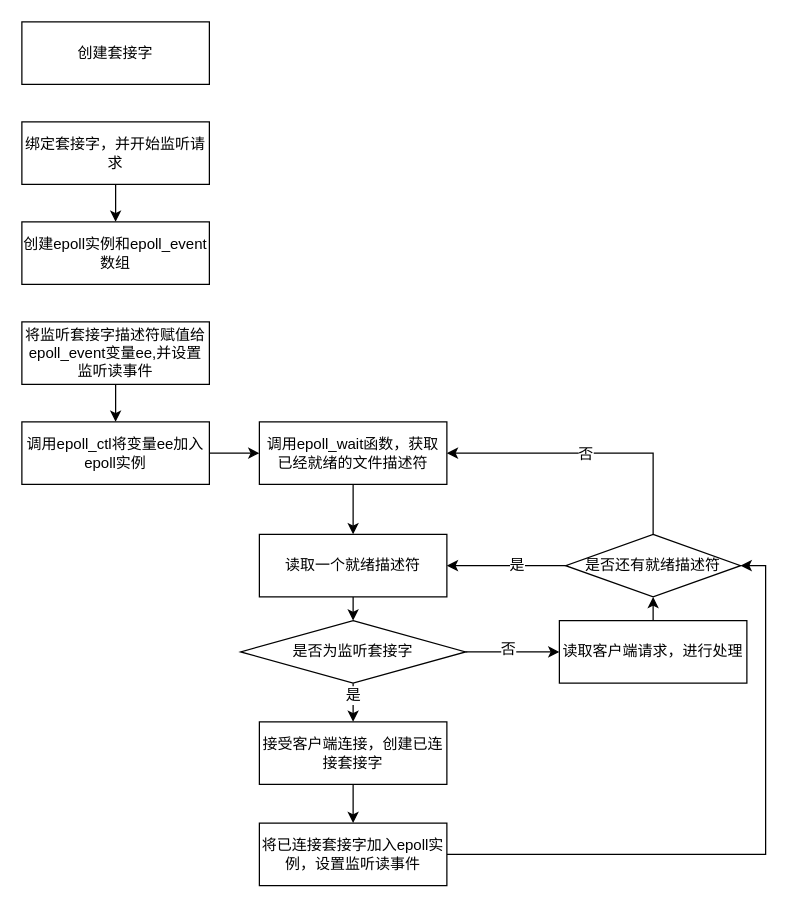
Before: note/redis源代码实战学习笔记/03事件驱动和执行模型模块/img/redis_epoll.drawio in ForeverRunner/redis-note, a draw.io diagram. Source tidied: cells renumbered, new cells numbered last; positions are measured from the earlier drawing's top-left corner, leaving out a move shared by most shapes. Both pictures are drawn from the tidied source at 125%, with x=0, y=0 at pixel (21, 21).
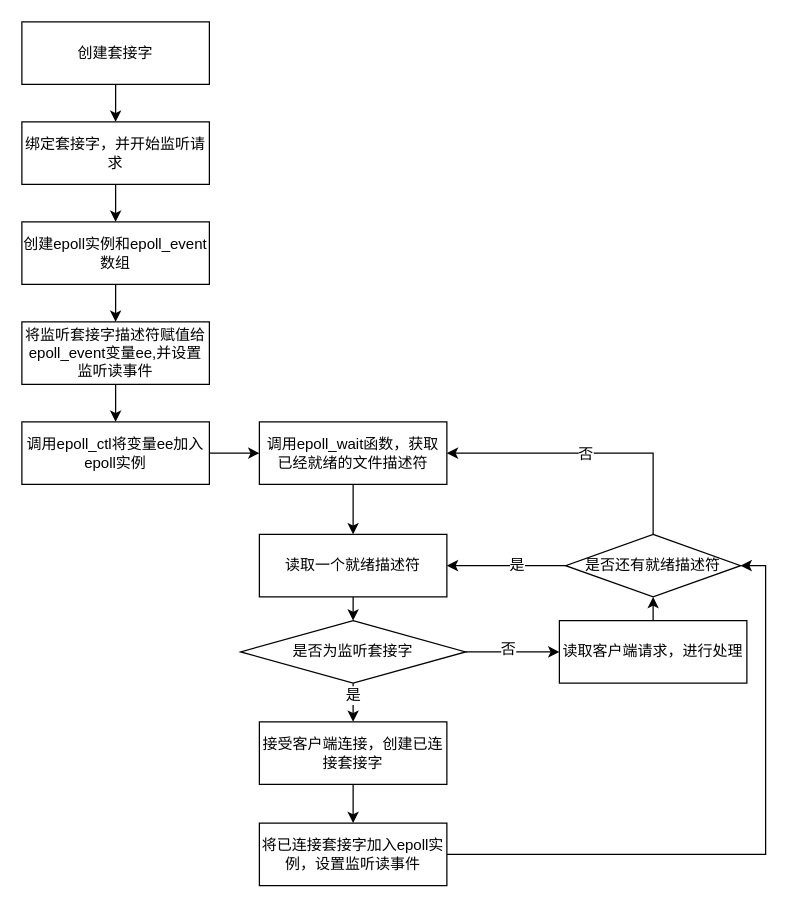
The same page after the edit.

The change refers to these unchanged cells:
```xml
<mxCell id="2" value="创建套接字" style="rounded=0;whiteSpace=wrap;html=1;" parent="1" vertex="1">
  <mxGeometry width="150" height="50" as="geometry" />
</mxCell>
<mxCell id="11" value="绑定套接字，并开始监听请求" style="rounded=0;whiteSpace=wrap;html=1;" parent="1" vertex="1">
  <mxGeometry y="80" width="150" height="50" as="geometry" />
</mxCell>
<mxCell id="13" value="将监听套接字描述符赋值给epoll_event变量ee,并设置监听读事件" style="rounded=0;whiteSpace=wrap;html=1;" parent="1" vertex="1">
  <mxGeometry y="240" width="150" height="50" as="geometry" />
</mxCell>
<mxCell id="14" value="创建epoll实例和epoll_event数组" style="rounded=0;whiteSpace=wrap;html=1;" parent="1" vertex="1">
  <mxGeometry y="160" width="150" height="50" as="geometry" />
</mxCell>
```

The edit, as a diff of the source:
```diff
@@
+    <mxCell id="30" style="edgeStyle=orthogonalEdgeStyle;rounded=0;jettySize=auto;html=1;exitX=0.5;exitY=1;exitDx=0;exitDy=0;" parent="1" edge="1" source="2" target="11">
+      <mxGeometry relative="1" as="geometry" />
+    </mxCell>
@@
+    <mxCell id="31" style="edgeStyle=orthogonalEdgeStyle;rounded=0;jettySize=auto;html=1;exitX=0.5;exitY=1;exitDx=0;exitDy=0;entryX=0.5;entryY=0;entryDx=0;entryDy=0;" parent="1" edge="1" source="14" target="13">
+      <mxGeometry relative="1" as="geometry" />
+    </mxCell>
```
